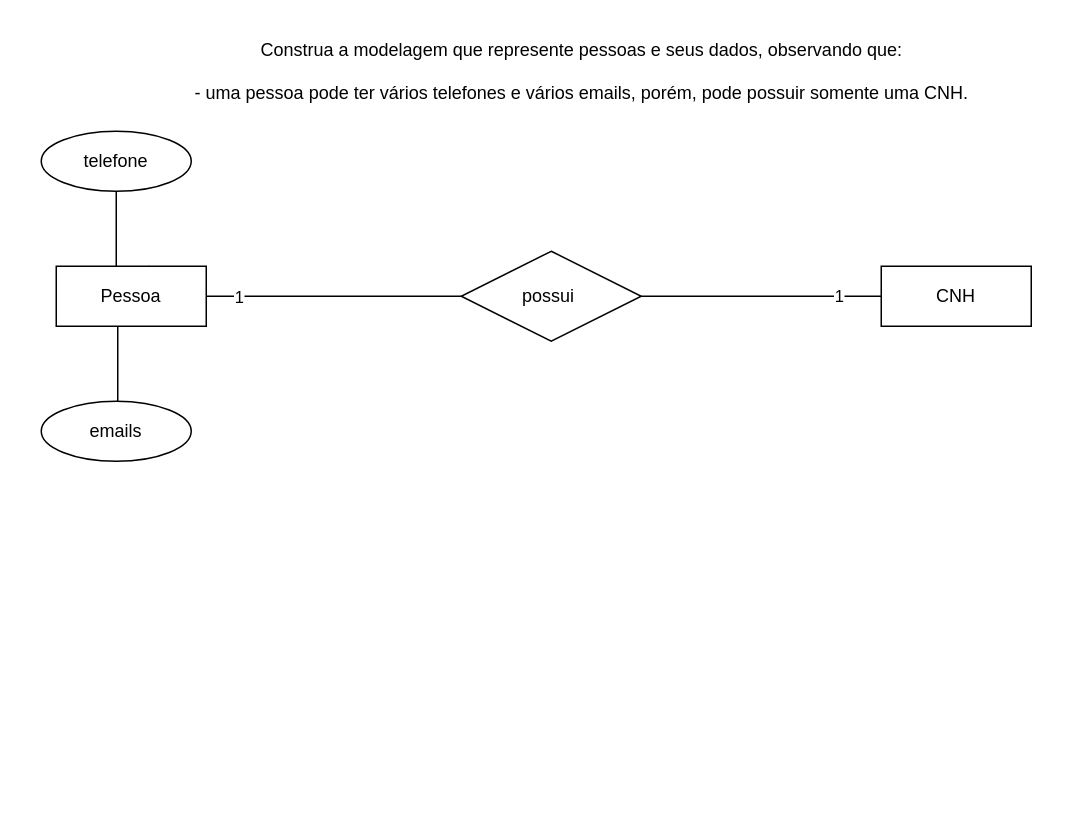
The draw.io diagram page "Página-2" (2 of 5) of SPRINT 1/construção de modelos/1.0/1.4.drawio in MateusPaladino-29/2-semestre, before the edit. Source tidied: cells renumbered, new cells numbered last; positions are measured from the earlier drawing's top-left corner, leaving out a move shared by most shapes. Both pictures are drawn from the tidied source at 150%, with x=0, y=0 at pixel (40, 26).
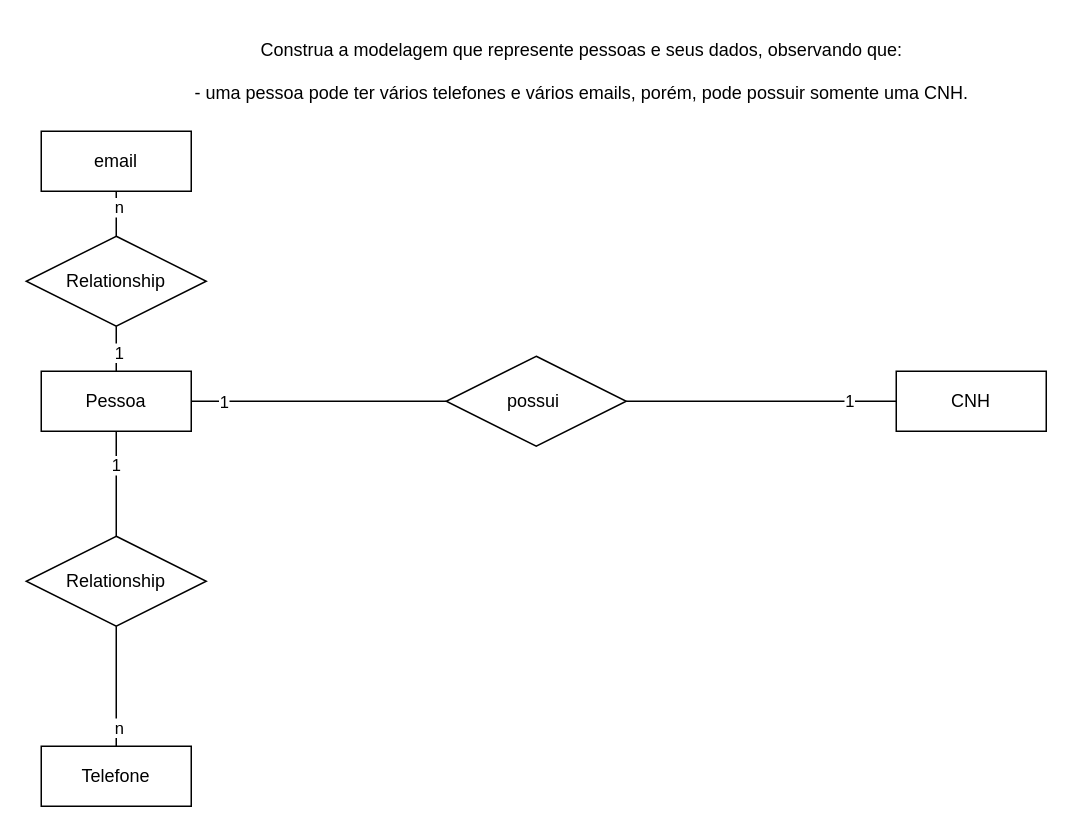
Above is the later version.

Diff of the diagram source:
```diff
@@
-    <mxCell id="3" style="edgeStyle=orthogonalEdgeStyle;rounded=0;jettySize=auto;html=1;endArrow=none;endFill=0;entryX=0.616;entryY=-0.01;entryDx=0;entryDy=0;entryPerimeter=0;exitX=0.5;exitY=1;exitDx=0;exitDy=0;" parent="1" edge="1" source="13" target="10">
-      <mxGeometry relative="1" as="geometry">
-        <Array as="points">
-          <mxPoint x="50" y="190" />
-          <mxPoint x="72" y="190" />
-        </Array>
-      </mxGeometry>
-    </mxCell>
@@
     <mxCell id="6" value="possui&amp;nbsp;" style="shape=rhombus;perimeter=rhombusPerimeter;whiteSpace=wrap;html=1;align=center;" parent="1" vertex="1">
-      <mxGeometry x="280" y="150" width="120" height="60" as="geometry" />
+      <mxGeometry x="270" y="220" width="120" height="60" as="geometry" />
     </mxCell>
     <mxCell id="7" value="CNH" style="whiteSpace=wrap;html=1;align=center;" parent="1" vertex="1">
-      <mxGeometry x="560" y="160" width="100" height="40" as="geometry" />
+      <mxGeometry x="570" y="230" width="100" height="40" as="geometry" />
     </mxCell>
@@
+    <mxCell id="14" style="edgeStyle=orthogonalEdgeStyle;rounded=0;jettySize=auto;html=1;endArrow=none;endFill=0;" parent="1" edge="1" source="10" target="21">
+      <mxGeometry relative="1" as="geometry" />
+    </mxCell>
+    <mxCell id="15" value="1" style="edgeLabel;html=1;align=center;verticalAlign=middle;" parent="14" vertex="1">
+      <mxGeometry x="-0.38" y="-1" relative="1" as="geometry" />
+    </mxCell>
     <mxCell id="10" value="Pessoa" style="whiteSpace=wrap;html=1;align=center;" parent="1" vertex="1">
-      <mxGeometry x="10" y="160" width="100" height="40" as="geometry" />
+      <mxGeometry y="230" width="100" height="40" as="geometry" />
     </mxCell>
-    <mxCell id="11" style="edgeStyle=orthogonalEdgeStyle;rounded=0;jettySize=auto;html=1;exitX=0.5;exitY=0;exitDx=0;exitDy=0;endArrow=none;endFill=0;" parent="1" edge="1" source="12" target="10">
-      <mxGeometry relative="1" as="geometry">
-        <Array as="points">
-          <mxPoint x="50" y="290" />
-          <mxPoint x="51" y="290" />
-        </Array>
-      </mxGeometry>
-    </mxCell>
-    <mxCell id="12" value="emails" style="ellipse;whiteSpace=wrap;html=1;align=center;" parent="1" vertex="1">
-      <mxGeometry y="250" width="100" height="40" as="geometry" />
-    </mxCell>
-    <mxCell id="13" value="telefone" style="ellipse;whiteSpace=wrap;html=1;align=center;" parent="1" vertex="1">
-      <mxGeometry y="70" width="100" height="40" as="geometry" />
-    </mxCell>
+    <mxCell id="16" style="edgeStyle=orthogonalEdgeStyle;rounded=0;jettySize=auto;html=1;endArrow=none;endFill=0;" parent="1" edge="1" source="18" target="10">
+      <mxGeometry relative="1" as="geometry" />
+    </mxCell>
+    <mxCell id="17" value="1" style="edgeLabel;html=1;align=center;verticalAlign=middle;" parent="16" vertex="1">
+      <mxGeometry x="0.47" y="1" relative="1" as="geometry" />
+    </mxCell>
+    <mxCell id="18" value="Relationship" style="shape=rhombus;perimeter=rhombusPerimeter;whiteSpace=wrap;html=1;align=center;" parent="1" vertex="1">
+      <mxGeometry x="-10" y="140" width="120" height="60" as="geometry" />
+    </mxCell>
+    <mxCell id="19" style="edgeStyle=orthogonalEdgeStyle;rounded=0;jettySize=auto;html=1;endArrow=none;endFill=0;" parent="1" edge="1" source="21" target="25">
+      <mxGeometry relative="1" as="geometry" />
+    </mxCell>
+    <mxCell id="20" value="n" style="edgeLabel;html=1;align=center;verticalAlign=middle;" parent="19" vertex="1">
+      <mxGeometry x="0.67" y="1" relative="1" as="geometry" />
+    </mxCell>
+    <mxCell id="21" value="Relationship" style="shape=rhombus;perimeter=rhombusPerimeter;whiteSpace=wrap;html=1;align=center;" parent="1" vertex="1">
+      <mxGeometry x="-10" y="340" width="120" height="60" as="geometry" />
+    </mxCell>
+    <mxCell id="22" style="edgeStyle=orthogonalEdgeStyle;rounded=0;jettySize=auto;html=1;endArrow=none;endFill=0;" parent="1" edge="1" source="24" target="18">
+      <mxGeometry relative="1" as="geometry" />
+    </mxCell>
+    <mxCell id="23" value="n" style="edgeLabel;html=1;align=center;verticalAlign=middle;" parent="22" vertex="1">
+      <mxGeometry x="-0.61" y="1" relative="1" as="geometry" />
+    </mxCell>
+    <mxCell id="24" value="email" style="whiteSpace=wrap;html=1;align=center;" parent="1" vertex="1">
+      <mxGeometry y="70" width="100" height="40" as="geometry" />
+    </mxCell>
+    <mxCell id="25" value="Telefone" style="whiteSpace=wrap;html=1;align=center;" parent="1" vertex="1">
+      <mxGeometry y="480" width="100" height="40" as="geometry" />
+    </mxCell>
```
